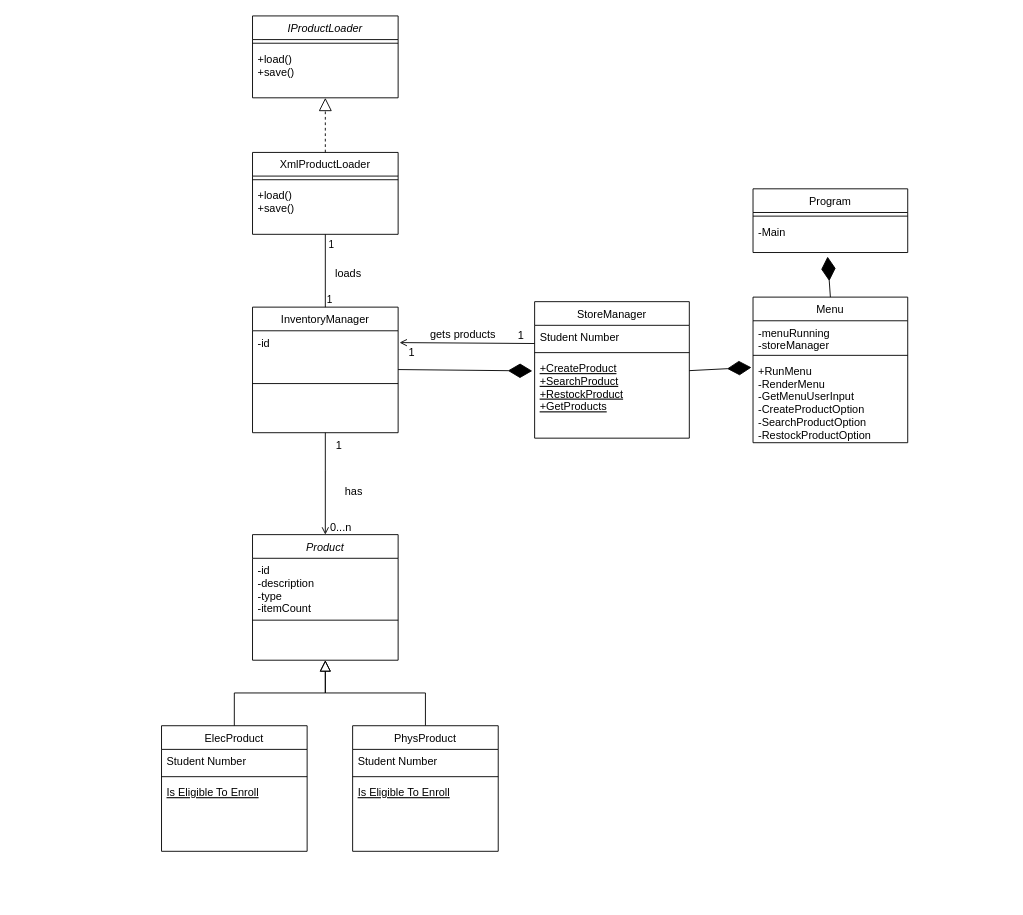
Earlier version of the draw.io diagram Solution/Design_Documents/classes.drawio (jose-robles2/Store-App-2). Source tidied: cells renumbered, new cells numbered last; positions are measured from the earlier drawing's top-left corner, leaving out a move shared by most shapes. Both pictures are drawn from the tidied source at 91%, with x=0, y=0 at pixel (152, 15).
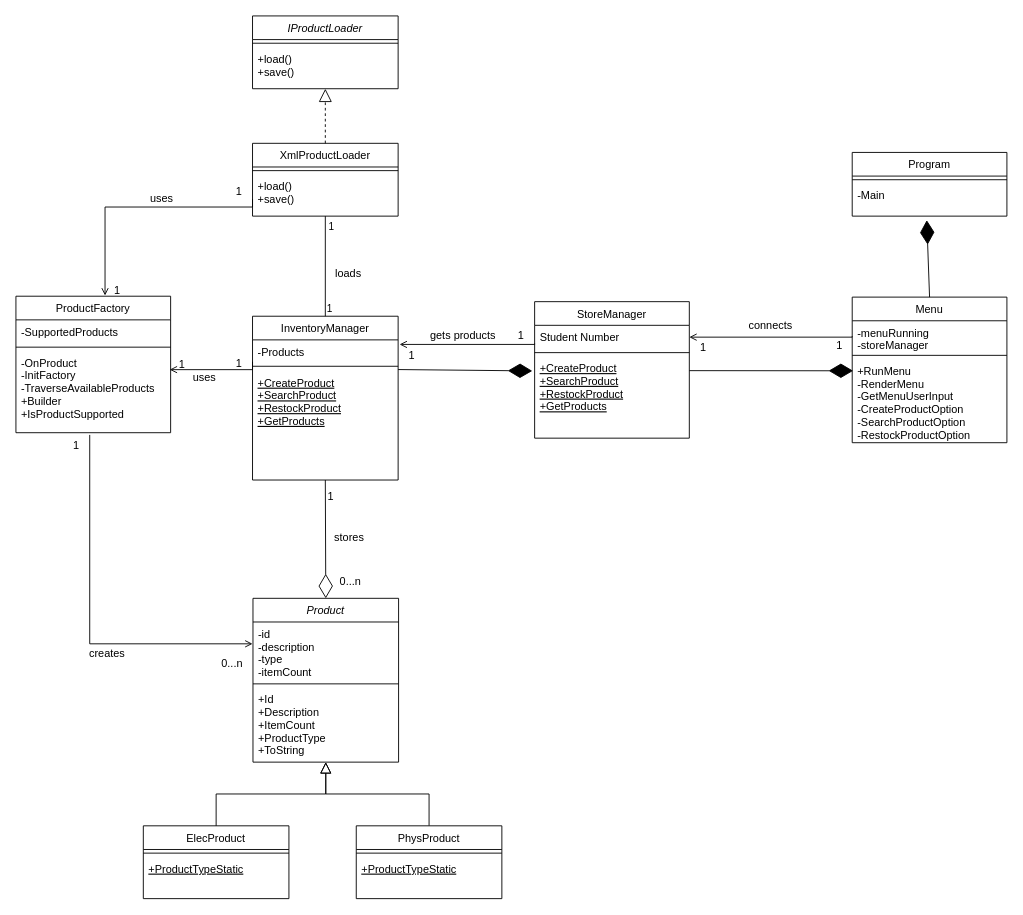
Above is the later version.

The change refers to these unchanged cells:
```xml
<mxCell id="20" value="-menuRunning&#10;-storeManager" style="text;align=left;verticalAlign=top;spacingLeft=4;spacingRight=4;overflow=hidden;points=[[0,0.5],[1,0.5]];portConstraint=eastwest;" parent="19" vertex="1">
  <mxGeometry y="26" width="170" height="34" as="geometry" />
</mxCell>
<mxCell id="22" value="+RunMenu&#10;-RenderMenu&#10;-GetMenuUserInput&#10;-CreateProductOption&#10;-SearchProductOption&#10;-RestockProductOption" style="text;align=left;verticalAlign=top;spacingLeft=4;spacingRight=4;overflow=hidden;points=[[0,0.5],[1,0.5]];portConstraint=eastwest;fontStyle=0;" parent="19" vertex="1">
  <mxGeometry y="68" width="170" height="92" as="geometry" />
</mxCell>
<mxCell id="24" value="Student Number" style="text;align=left;verticalAlign=top;spacingLeft=4;spacingRight=4;overflow=hidden;points=[[0,0.5],[1,0.5]];portConstraint=eastwest;" parent="23" vertex="1">
  <mxGeometry y="26" width="170" height="26" as="geometry" />
</mxCell>
```

Diff of the diagram source:
```diff
@@
     <mxCell id="2" value="Product" style="swimlane;fontStyle=2;align=center;verticalAlign=top;horizontal=1;startSize=26;rounded=0;shadow=0;strokeWidth=1;" parent="1" vertex="1">
-      <mxGeometry x="110" y="570" width="160" height="138" as="geometry" />
+      <mxGeometry x="110.5" y="640" width="160" height="180" as="geometry" />
     </mxCell>
@@
+    <mxCell id="51" value="+Id&#10;+Description&#10;+ItemCount&#10;+ProductType&#10;+ToString" style="text;align=left;verticalAlign=top;spacingLeft=4;spacingRight=4;overflow=hidden;rounded=0;shadow=0;html=0;" parent="2" vertex="1">
+      <mxGeometry y="98" width="160" height="82" as="geometry" />
+    </mxCell>
     <mxCell id="5" value="ElecProduct" style="swimlane;fontStyle=0;align=center;verticalAlign=top;horizontal=1;startSize=26;rounded=0;shadow=0;strokeWidth=1;" parent="1" vertex="1">
-      <mxGeometry x="10" y="780" width="160" height="138" as="geometry" />
+      <mxGeometry x="-10" y="890" width="160" height="80" as="geometry" />
     </mxCell>
-    <mxCell id="6" value="Student Number" style="text;align=left;verticalAlign=top;spacingLeft=4;spacingRight=4;overflow=hidden;" parent="5" vertex="1">
-      <mxGeometry y="26" width="160" height="26" as="geometry" />
-    </mxCell>
     <mxCell id="7" style="line;html=1;strokeWidth=1;align=left;verticalAlign=middle;spacingTop=-1;spacingLeft=3;spacingRight=3;labelPosition=right;" parent="5" vertex="1">
-      <mxGeometry y="52" width="160" height="8" as="geometry" />
+      <mxGeometry y="26" width="160" height="8" as="geometry" />
     </mxCell>
-    <mxCell id="8" value="Is Eligible To Enroll" style="text;align=left;verticalAlign=top;spacingLeft=4;spacingRight=4;overflow=hidden;fontStyle=4;" parent="5" vertex="1">
-      <mxGeometry y="60" width="160" height="26" as="geometry" />
+    <mxCell id="8" value="+ProductTypeStatic" style="text;align=left;verticalAlign=top;spacingLeft=4;spacingRight=4;overflow=hidden;fontStyle=4;" parent="5" vertex="1">
+      <mxGeometry y="34" width="160" height="26" as="geometry" />
     </mxCell>
@@
-    <mxCell id="10" style="endArrow=block;endSize=10;endFill=0;shadow=0;strokeWidth=1;rounded=0;edgeStyle=elbowEdgeStyle;elbow=vertical;" parent="1" edge="1" target="2">
-      <mxGeometry relative="1" as="geometry">
-        <mxPoint x="300" y="780" as="sourcePoint" />
-      </mxGeometry>
+    <mxCell id="10" style="endArrow=block;endSize=10;endFill=0;shadow=0;strokeWidth=1;rounded=0;edgeStyle=elbowEdgeStyle;elbow=vertical;exitX=0.5;exitY=0;exitDx=0;exitDy=0;" parent="1" edge="1" source="11" target="2">
+      <mxGeometry relative="1" as="geometry" />
     </mxCell>
     <mxCell id="11" value="PhysProduct" style="swimlane;fontStyle=0;align=center;verticalAlign=top;horizontal=1;startSize=26;rounded=0;shadow=0;strokeWidth=1;" parent="1" vertex="1">
-      <mxGeometry x="220" y="780" width="160" height="138" as="geometry" />
+      <mxGeometry x="224" y="890" width="160" height="80" as="geometry" />
     </mxCell>
-    <mxCell id="12" value="Student Number" style="text;align=left;verticalAlign=top;spacingLeft=4;spacingRight=4;overflow=hidden;" parent="11" vertex="1">
-      <mxGeometry y="26" width="160" height="26" as="geometry" />
-    </mxCell>
     <mxCell id="13" style="line;html=1;strokeWidth=1;align=left;verticalAlign=middle;spacingTop=-1;spacingLeft=3;spacingRight=3;labelPosition=right;" parent="11" vertex="1">
-      <mxGeometry y="52" width="160" height="8" as="geometry" />
+      <mxGeometry y="26" width="160" height="8" as="geometry" />
     </mxCell>
-    <mxCell id="14" value="Is Eligible To Enroll" style="text;align=left;verticalAlign=top;spacingLeft=4;spacingRight=4;overflow=hidden;fontStyle=4;" parent="11" vertex="1">
-      <mxGeometry y="60" width="160" height="26" as="geometry" />
+    <mxCell id="14" value="+ProductTypeStatic" style="text;align=left;verticalAlign=top;spacingLeft=4;spacingRight=4;overflow=hidden;fontStyle=4;" parent="11" vertex="1">
+      <mxGeometry y="34" width="160" height="26" as="geometry" />
     </mxCell>
     <mxCell id="15" value="InventoryManager" style="swimlane;fontStyle=0;align=center;verticalAlign=top;horizontal=1;startSize=26;rounded=0;shadow=0;strokeWidth=1;" parent="1" vertex="1">
-      <mxGeometry x="110" y="320" width="160" height="138" as="geometry" />
+      <mxGeometry x="110" y="330" width="160" height="180" as="geometry" />
     </mxCell>
-    <mxCell id="16" value="-id" style="text;align=left;verticalAlign=top;spacingLeft=4;spacingRight=4;overflow=hidden;points=[[0,0.5],[1,0.5]];portConstraint=eastwest;rounded=0;shadow=0;html=0;" parent="15" vertex="1">
-      <mxGeometry y="26" width="160" height="54" as="geometry" />
+    <mxCell id="16" value="-Products" style="text;align=left;verticalAlign=top;spacingLeft=4;spacingRight=4;overflow=hidden;points=[[0,0.5],[1,0.5]];portConstraint=eastwest;rounded=0;shadow=0;html=0;" parent="15" vertex="1">
+      <mxGeometry y="26" width="160" height="24" as="geometry" />
     </mxCell>
     <mxCell id="17" style="line;html=1;strokeWidth=1;align=left;verticalAlign=middle;spacingTop=-1;spacingLeft=3;spacingRight=3;labelPosition=right;" parent="15" vertex="1">
-      <mxGeometry y="80" width="160" height="8" as="geometry" />
+      <mxGeometry y="50" width="160" height="10" as="geometry" />
     </mxCell>
+    <mxCell id="52" value="+CreateProduct&#10;+SearchProduct&#10;+RestockProduct&#10;+GetProducts&#10;" style="text;align=left;verticalAlign=top;spacingLeft=4;spacingRight=4;overflow=hidden;fontStyle=4;" parent="15" vertex="1">
+      <mxGeometry y="60" width="160" height="90" as="geometry" />
+    </mxCell>
@@
     <mxCell id="19" value="Menu" style="swimlane;fontStyle=0;align=center;verticalAlign=top;horizontal=1;startSize=26;rounded=0;shadow=0;strokeWidth=1;" parent="1" vertex="1">
-      <mxGeometry x="660" y="309" width="170" height="160" as="geometry" />
+      <mxGeometry x="769" y="309" width="170" height="160" as="geometry" />
     </mxCell>
@@
-    <mxCell id="27" style="endArrow=diamondThin;endFill=1;endSize=24;html=1;rounded=0;entryX=-0.01;entryY=0.101;entryDx=0;entryDy=0;entryPerimeter=0;" parent="1" edge="1" target="22">
+    <mxCell id="27" style="endArrow=diamondThin;endFill=1;endSize=24;html=1;rounded=0;entryX=0.006;entryY=0.141;entryDx=0;entryDy=0;entryPerimeter=0;" parent="1" edge="1" target="22">
       <mxGeometry relative="1" as="geometry">
         <mxPoint x="590" y="389.8" as="sourcePoint" />
       </mxGeometry>
     </mxCell>
@@
     <mxCell id="29" value="Program" style="swimlane;fontStyle=0;align=center;verticalAlign=top;horizontal=1;startSize=26;rounded=0;shadow=0;strokeWidth=1;" parent="1" vertex="1">
-      <mxGeometry x="660" y="190" width="170" height="70" as="geometry" />
+      <mxGeometry x="769" y="150" width="170" height="70" as="geometry" />
     </mxCell>
@@
     <mxCell id="32" value="XmlProductLoader" style="swimlane;fontStyle=0;align=center;verticalAlign=top;horizontal=1;startSize=26;rounded=0;shadow=0;strokeWidth=1;" parent="1" vertex="1">
-      <mxGeometry x="110" y="150" width="160" height="90" as="geometry" />
+      <mxGeometry x="110" y="140" width="160" height="80" as="geometry" />
     </mxCell>
@@
     <mxCell id="34" value="+load()&#10;+save()" style="text;align=left;verticalAlign=top;spacingLeft=4;spacingRight=4;overflow=hidden;rounded=0;shadow=0;html=0;" parent="32" vertex="1">
-      <mxGeometry y="34" width="160" height="54" as="geometry" />
+      <mxGeometry y="34" width="160" height="46" as="geometry" />
     </mxCell>
@@
     <mxCell id="36" value="IProductLoader" style="swimlane;fontStyle=2;align=center;verticalAlign=top;horizontal=1;startSize=26;rounded=0;shadow=0;strokeWidth=1;" parent="1" vertex="1">
-      <mxGeometry x="110" width="160" height="90" as="geometry" />
+      <mxGeometry x="110" width="160" height="80" as="geometry" />
     </mxCell>
@@
     <mxCell id="38" value="+load()&#10;+save()" style="text;align=left;verticalAlign=top;spacingLeft=4;spacingRight=4;overflow=hidden;rounded=0;shadow=0;html=0;" parent="36" vertex="1">
-      <mxGeometry y="34" width="160" height="54" as="geometry" />
+      <mxGeometry y="34" width="160" height="46" as="geometry" />
     </mxCell>
-    <mxCell id="39" style="endArrow=open;shadow=0;strokeWidth=1;rounded=0;endFill=1;edgeStyle=elbowEdgeStyle;elbow=vertical;exitX=0.5;exitY=1;exitDx=0;exitDy=0;entryX=0.5;entryY=0;entryDx=0;entryDy=0;" parent="1" edge="1" source="15" target="2">
-      <mxGeometry x="0.5" y="41" relative="1" as="geometry">
-        <Array as="points">
-          <mxPoint x="210" y="500" />
-        </Array>
-        <mxPoint x="-40" y="32" as="offset" />
-      </mxGeometry>
-    </mxCell>
-    <mxCell id="40" value="1" style="align=left;verticalAlign=bottom;labelBackgroundColor=none;fontSize=12;" parent="39" vertex="1">
-      <mxGeometry x="-1" relative="1" as="geometry">
-        <mxPoint x="10" y="22" as="offset" />
-      </mxGeometry>
-    </mxCell>
-    <mxCell id="41" value="0...n" style="align=right;verticalAlign=bottom;labelBackgroundColor=none;fontSize=12;" parent="39" vertex="1">
-      <mxGeometry x="1" relative="1" as="geometry">
-        <mxPoint x="30" as="offset" />
-      </mxGeometry>
-    </mxCell>
-    <mxCell id="42" value="has" style="text;html=1;align=center;verticalAlign=middle;labelBackgroundColor=none;rounded=0;shadow=0;strokeWidth=1;fontSize=12;" parent="39" vertex="1">
-      <mxGeometry x="0.5" y="49" relative="1" as="geometry">
-        <mxPoint x="-19" y="-20" as="offset" />
-      </mxGeometry>
-    </mxCell>
@@
+    <mxCell id="53" value="ProductFactory" style="swimlane;fontStyle=0;align=center;verticalAlign=top;horizontal=1;startSize=26;rounded=0;shadow=0;strokeWidth=1;" parent="1" vertex="1">
+      <mxGeometry x="-150" y="308" width="170" height="150" as="geometry" />
+    </mxCell>
+    <mxCell id="54" value="-SupportedProducts" style="text;align=left;verticalAlign=top;spacingLeft=4;spacingRight=4;overflow=hidden;" parent="53" vertex="1">
+      <mxGeometry y="26" width="170" height="26" as="geometry" />
+    </mxCell>
+    <mxCell id="55" style="line;html=1;strokeWidth=1;align=left;verticalAlign=middle;spacingTop=-1;spacingLeft=3;spacingRight=3;labelPosition=right;" parent="53" vertex="1">
+      <mxGeometry y="52" width="170" height="8" as="geometry" />
+    </mxCell>
+    <mxCell id="56" value="-OnProduct&#10;-InitFactory&#10;-TraverseAvailableProducts&#10;+Builder&#10;+IsProductSupported" style="text;align=left;verticalAlign=top;spacingLeft=4;spacingRight=4;overflow=hidden;rounded=0;shadow=0;html=0;" parent="53" vertex="1">
+      <mxGeometry y="60" width="170" height="80" as="geometry" />
+    </mxCell>
+    <mxCell id="57" style="endArrow=open;shadow=0;strokeWidth=1;rounded=0;endFill=1;edgeStyle=elbowEdgeStyle;elbow=vertical;exitX=0.477;exitY=1.027;exitDx=0;exitDy=0;exitPerimeter=0;" parent="1" edge="1">
+      <mxGeometry x="0.5" y="41" relative="1" as="geometry">
+        <mxPoint x="-68.9" y="460.4" as="sourcePoint" />
+        <mxPoint x="110" y="690" as="targetPoint" />
+        <Array as="points">
+          <mxPoint x="-10" y="690" />
+        </Array>
+        <mxPoint x="-40" y="32" as="offset" />
+      </mxGeometry>
+    </mxCell>
+    <mxCell id="58" value="1" style="align=left;verticalAlign=bottom;labelBackgroundColor=none;fontSize=12;" parent="57" vertex="1">
+      <mxGeometry x="-1" relative="1" as="geometry">
+        <mxPoint x="-20" y="20" as="offset" />
+      </mxGeometry>
+    </mxCell>
+    <mxCell id="59" value="0...n" style="align=right;verticalAlign=bottom;labelBackgroundColor=none;fontSize=12;" parent="57" vertex="1">
+      <mxGeometry x="1" relative="1" as="geometry">
+        <mxPoint x="-10" y="30" as="offset" />
+      </mxGeometry>
+    </mxCell>
+    <mxCell id="60" value="creates" style="text;html=1;align=center;verticalAlign=middle;labelBackgroundColor=none;rounded=0;shadow=0;strokeWidth=1;fontSize=12;" parent="57" vertex="1">
+      <mxGeometry x="0.5" y="49" relative="1" as="geometry">
+        <mxPoint x="-58" y="59" as="offset" />
+      </mxGeometry>
+    </mxCell>
+    <mxCell id="61" style="endArrow=open;shadow=0;strokeWidth=1;rounded=0;endFill=1;edgeStyle=elbowEdgeStyle;elbow=vertical;exitX=0;exitY=0.769;exitDx=0;exitDy=0;exitPerimeter=0;entryX=0.576;entryY=-0.005;entryDx=0;entryDy=0;entryPerimeter=0;" parent="1" edge="1" target="53">
+      <mxGeometry x="0.5" y="41" relative="1" as="geometry">
+        <mxPoint x="110" y="201.3" as="sourcePoint" />
+        <Array as="points">
+          <mxPoint x="20" y="210" />
+        </Array>
+        <mxPoint x="-40" y="32" as="offset" />
+      </mxGeometry>
+    </mxCell>
+    <mxCell id="62" value="1" style="align=left;verticalAlign=bottom;labelBackgroundColor=none;fontSize=12;" parent="61" vertex="1">
+      <mxGeometry x="-1" relative="1" as="geometry">
+        <mxPoint x="-20" as="offset" />
+      </mxGeometry>
+    </mxCell>
+    <mxCell id="63" value="1" style="align=right;verticalAlign=bottom;labelBackgroundColor=none;fontSize=12;" parent="61" vertex="1">
+      <mxGeometry x="1" relative="1" as="geometry">
+        <mxPoint x="18" y="3" as="offset" />
+      </mxGeometry>
+    </mxCell>
+    <mxCell id="64" value="uses" style="text;html=1;align=center;verticalAlign=middle;labelBackgroundColor=none;rounded=0;shadow=0;strokeWidth=1;fontSize=12;" parent="61" vertex="1">
+      <mxGeometry x="0.5" y="49" relative="1" as="geometry">
+        <mxPoint x="13" y="-40" as="offset" />
+      </mxGeometry>
+    </mxCell>
+    <mxCell id="65" style="endArrow=open;shadow=0;strokeWidth=1;rounded=0;endFill=1;edgeStyle=elbowEdgeStyle;elbow=vertical;exitX=0;exitY=0.769;exitDx=0;exitDy=0;exitPerimeter=0;entryX=0.994;entryY=0.227;entryDx=0;entryDy=0;entryPerimeter=0;" parent="1" edge="1">
+      <mxGeometry x="0.5" y="41" relative="1" as="geometry">
+        <mxPoint x="110" y="380" as="sourcePoint" />
+        <mxPoint x="19" y="388.4" as="targetPoint" />
+        <Array as="points">
+          <mxPoint x="20" y="388.7" />
+        </Array>
+        <mxPoint x="-40" y="32" as="offset" />
+      </mxGeometry>
+    </mxCell>
+    <mxCell id="66" value="1" style="align=left;verticalAlign=bottom;labelBackgroundColor=none;fontSize=12;" parent="65" vertex="1">
+      <mxGeometry x="-1" relative="1" as="geometry">
+        <mxPoint x="-20" y="10" as="offset" />
+      </mxGeometry>
+    </mxCell>
+    <mxCell id="67" value="1" style="align=right;verticalAlign=bottom;labelBackgroundColor=none;fontSize=12;" parent="65" vertex="1">
+      <mxGeometry x="1" relative="1" as="geometry">
+        <mxPoint x="18" y="3" as="offset" />
+      </mxGeometry>
+    </mxCell>
+    <mxCell id="68" value="uses" style="text;html=1;align=center;verticalAlign=middle;labelBackgroundColor=none;rounded=0;shadow=0;strokeWidth=1;fontSize=12;" parent="65" vertex="1">
+      <mxGeometry x="0.5" y="49" relative="1" as="geometry">
+        <mxPoint x="13" y="-40" as="offset" />
+      </mxGeometry>
+    </mxCell>
+    <mxCell id="69" style="endArrow=open;shadow=0;strokeWidth=1;rounded=0;endFill=1;edgeStyle=elbowEdgeStyle;elbow=vertical;exitX=0;exitY=0.5;exitDx=0;exitDy=0;entryX=1;entryY=0.5;entryDx=0;entryDy=0;" parent="1" edge="1" source="20" target="24">
+      <mxGeometry x="0.5" y="41" relative="1" as="geometry">
+        <mxPoint x="-40" y="32" as="offset" />
+      </mxGeometry>
+    </mxCell>
+    <mxCell id="70" value="1" style="align=left;verticalAlign=bottom;labelBackgroundColor=none;fontSize=12;" parent="69" vertex="1">
+      <mxGeometry x="-1" relative="1" as="geometry">
+        <mxPoint x="-19" y="18" as="offset" />
+      </mxGeometry>
+    </mxCell>
+    <mxCell id="71" value="1" style="align=right;verticalAlign=bottom;labelBackgroundColor=none;fontSize=12;" parent="69" vertex="1">
+      <mxGeometry x="1" relative="1" as="geometry">
+        <mxPoint x="20" y="20" as="offset" />
+      </mxGeometry>
+    </mxCell>
+    <mxCell id="72" value="connects" style="text;html=1;align=center;verticalAlign=middle;labelBackgroundColor=none;rounded=0;shadow=0;strokeWidth=1;fontSize=12;" parent="69" vertex="1">
+      <mxGeometry x="0.5" y="49" relative="1" as="geometry">
+        <mxPoint x="43" y="-62" as="offset" />
+      </mxGeometry>
+    </mxCell>
+    <mxCell id="39" style="endArrow=diamondThin;endFill=0;endSize=24;html=1;rounded=0;exitX=0.5;exitY=1;exitDx=0;exitDy=0;entryX=0.5;entryY=0;entryDx=0;entryDy=0;" parent="1" edge="1" source="15" target="2">
+      <mxGeometry relative="1" as="geometry" />
+    </mxCell>
+    <mxCell id="73" value="stores" style="text;html=1;align=center;verticalAlign=middle;labelBackgroundColor=none;rounded=0;shadow=0;strokeWidth=1;fontSize=12;" parent="1" vertex="1">
+      <mxGeometry x="190.5" y="590" as="geometry">
+        <mxPoint x="25" y="-18" as="offset" />
+      </mxGeometry>
+    </mxCell>
+    <mxCell id="74" value="1" style="align=left;verticalAlign=bottom;labelBackgroundColor=none;fontSize=12;" parent="1" vertex="1">
+      <mxGeometry x="170" y="550" as="geometry">
+        <mxPoint x="21" y="-14" as="offset" />
+      </mxGeometry>
+    </mxCell>
+    <mxCell id="75" value="0...n" style="align=right;verticalAlign=bottom;labelBackgroundColor=none;fontSize=12;" parent="1" vertex="1">
+      <mxGeometry x="230.5" y="630" as="geometry" />
+    </mxCell>
```
